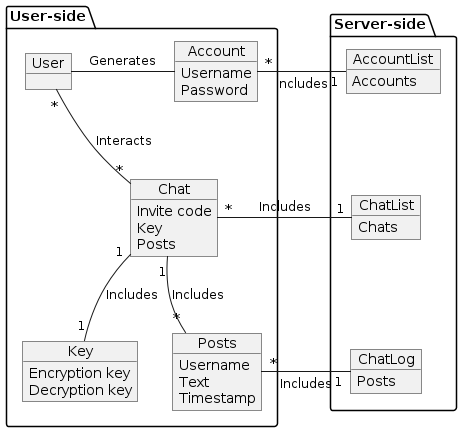
Earlier version of the PlantUML export OOADI/plantuml/domain_model.png (VVrongSide/P5-courses).
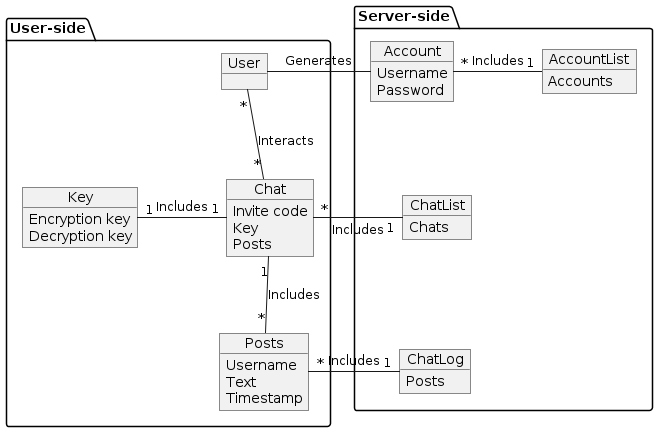
After the commit.

What changed in the source:
```diff
@@ -1,10 +1,6 @@
 @startuml
 package User-side {
 	object User
-	object Account {
-		Username
-		Password
-	}
 
 	object Chat {
 		Invite code
@@ -26,6 +22,11 @@
 }
 package Server-side {
 
+	object Account {
+		Username
+		Password
+	}
+
 	object ChatLog {
 		Posts
 	}
@@ -41,16 +42,13 @@
 
 User -right- Account: Generates
 Account "*" -right- "1" AccountList: Includes
-User "*" -- "*" Chat: Interacts
+User "*" -down- "*" Chat: Interacts
 Chat "*" -right- "1" ChatList: Includes
-Chat "1" -- "1" Key: Includes
-Chat "1" -- "*" Posts: Includes
+Chat "1" -left- "1" Key: Includes
+Chat "1" -down- "*" Posts: Includes
 Posts "*" -right- "1" ChatLog: Includes
 Account -[hidden]right- AccountList
 AccountList -[hidden]down- ChatList
 ChatList -[hidden]down- ChatLog
-Key -[hidden]right- Posts
 Account -[hidden]down- Chat
-Posts -[hidden]down- Chat
-Chat -[hidden]up- User
 @enduml
```
